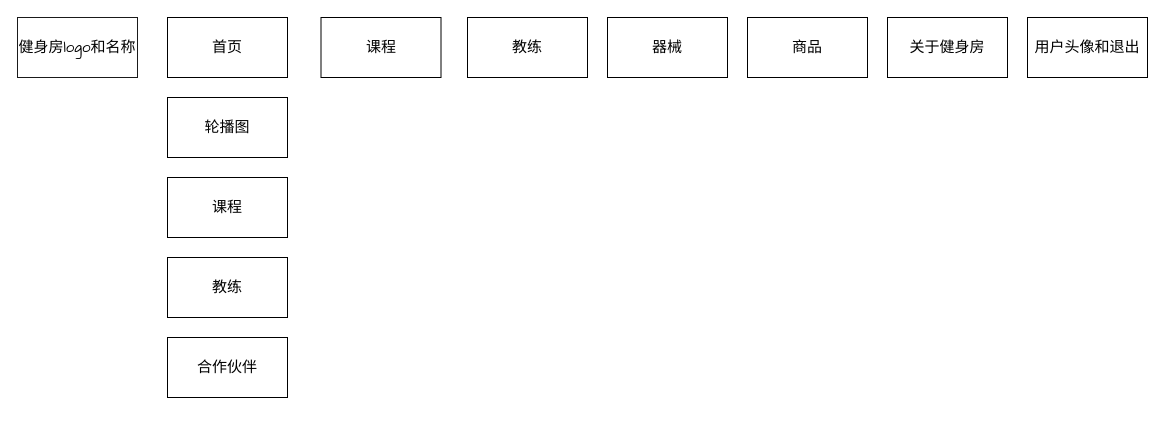
The draw.io diagram 健身房管理会员界面.drawio in xljya/image, before the edit. Source tidied: cells renumbered, new cells numbered last; positions are measured from the earlier drawing's top-left corner, leaving out a move shared by most shapes. Both pictures are drawn from the tidied source at 100%, with x=0, y=0 at pixel (17, 17).
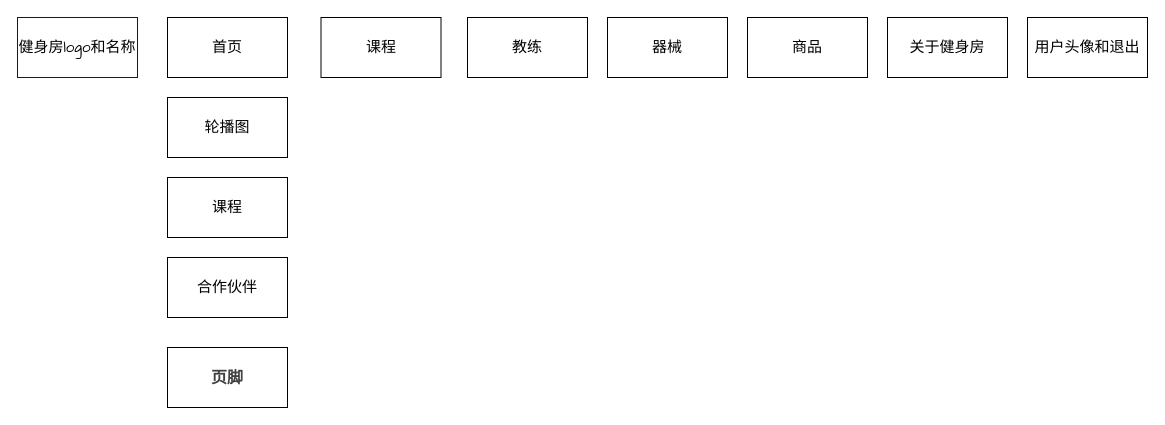
The same diagram, later.

Commit message:
更新健身房管理会员界面.drawio

Change to the diagram source:
```diff
@@
 <mxGraphModel>
   <root>
     <mxCell id="0" />
     <mxCell id="1" parent="0" />
     <mxCell id="2" value="&lt;font style=&quot;font-size: 15px;&quot; face=&quot;Comic Sans MS&quot;&gt;健身房logo和名称&lt;/font&gt;" style="rounded=0;whiteSpace=wrap;html=1;fillColor=#FFFFFF;strokeColor=#1A1A1A;" parent="1" vertex="1">
       <mxGeometry width="120" height="60" as="geometry" />
     </mxCell>
     <mxCell id="3" value="&lt;font style=&quot;font-size: 15px;&quot; face=&quot;Comic Sans MS&quot;&gt;首页&lt;/font&gt;" style="rounded=0;whiteSpace=wrap;html=1;" parent="1" vertex="1">
       <mxGeometry x="150" width="120" height="60" as="geometry" />
     </mxCell>
     <mxCell id="4" value="&lt;font style=&quot;font-size: 15px;&quot; face=&quot;Comic Sans MS&quot;&gt;教练&lt;/font&gt;" style="rounded=0;whiteSpace=wrap;html=1;" parent="1" vertex="1">
       <mxGeometry x="450" width="120" height="60" as="geometry" />
     </mxCell>
     <mxCell id="5" value="&lt;font style=&quot;font-size: 15px;&quot; face=&quot;Comic Sans MS&quot;&gt;器械&lt;/font&gt;" style="rounded=0;whiteSpace=wrap;html=1;" parent="1" vertex="1">
       <mxGeometry x="590" width="120" height="60" as="geometry" />
     </mxCell>
     <mxCell id="6" value="&lt;font face=&quot;Comic Sans MS&quot;&gt;&lt;span style=&quot;font-size: 15px;&quot;&gt;课程&lt;/span&gt;&lt;/font&gt;" style="rounded=0;whiteSpace=wrap;html=1;" parent="1" vertex="1">
       <mxGeometry x="303.5" width="120" height="60" as="geometry" />
     </mxCell>
     <mxCell id="7" value="&lt;font style=&quot;font-size: 15px;&quot; face=&quot;Comic Sans MS&quot;&gt;用户头像和退出&lt;/font&gt;" style="rounded=0;whiteSpace=wrap;html=1;" parent="1" vertex="1">
       <mxGeometry x="1010" width="120" height="60" as="geometry" />
     </mxCell>
     <mxCell id="8" value="&lt;font style=&quot;font-size: 15px;&quot; face=&quot;Comic Sans MS&quot;&gt;关于健身房&lt;/font&gt;" style="rounded=0;whiteSpace=wrap;html=1;fillColor=#FFFFFF;" parent="1" vertex="1">
       <mxGeometry x="870" width="120" height="60" as="geometry" />
     </mxCell>
     <mxCell id="9" value="&lt;font style=&quot;font-size: 15px;&quot; face=&quot;Comic Sans MS&quot;&gt;商品&lt;/font&gt;" style="rounded=0;whiteSpace=wrap;html=1;" parent="1" vertex="1">
       <mxGeometry x="730" width="120" height="60" as="geometry" />
     </mxCell>
     <mxCell id="10" value="&lt;font style=&quot;font-size: 15px;&quot; face=&quot;Comic Sans MS&quot;&gt;轮播图&lt;/font&gt;" style="rounded=0;whiteSpace=wrap;html=1;" parent="1" vertex="1">
       <mxGeometry x="150" y="80" width="120" height="60" as="geometry" />
     </mxCell>
     <mxCell id="11" value="&lt;font style=&quot;font-size: 15px;&quot; face=&quot;Comic Sans MS&quot;&gt;合作伙伴&lt;/font&gt;" style="rounded=0;whiteSpace=wrap;html=1;" parent="1" vertex="1">
-      <mxGeometry x="150" y="320" width="120" height="60" as="geometry" />
+      <mxGeometry x="150" y="240" width="120" height="60" as="geometry" />
     </mxCell>
     <mxCell id="12" value="&lt;font face=&quot;Comic Sans MS&quot;&gt;&lt;span style=&quot;font-size: 15px;&quot;&gt;课程&lt;/span&gt;&lt;/font&gt;" style="rounded=0;whiteSpace=wrap;html=1;" parent="1" vertex="1">
       <mxGeometry x="150" y="160" width="120" height="60" as="geometry" />
     </mxCell>
-    <mxCell id="13" value="&lt;font face=&quot;Comic Sans MS&quot;&gt;&lt;span style=&quot;font-size: 15px;&quot;&gt;教练&lt;/span&gt;&lt;/font&gt;" style="rounded=0;whiteSpace=wrap;html=1;" parent="1" vertex="1">
-      <mxGeometry x="150" y="240" width="120" height="60" as="geometry" />
-    </mxCell>
+    <mxCell id="14" value="&lt;strong style=&quot;color: rgb(64, 64, 64); font-family: DeepSeek-CJK-patch, Inter, system-ui, -apple-system, BlinkMacSystemFont, &amp;quot;Segoe UI&amp;quot;, Roboto, &amp;quot;Noto Sans&amp;quot;, Ubuntu, Cantarell, &amp;quot;Helvetica Neue&amp;quot;, Oxygen, &amp;quot;Open Sans&amp;quot;, sans-serif; font-size: 16.002px; text-align: start; background-color: rgb(255, 255, 255);&quot;&gt;页脚&lt;/strong&gt;" style="rounded=0;whiteSpace=wrap;html=1;" parent="1" vertex="1">
+      <mxGeometry x="150" y="330" width="120" height="60" as="geometry" />
+    </mxCell>
   </root>
 </mxGraphModel>
```
